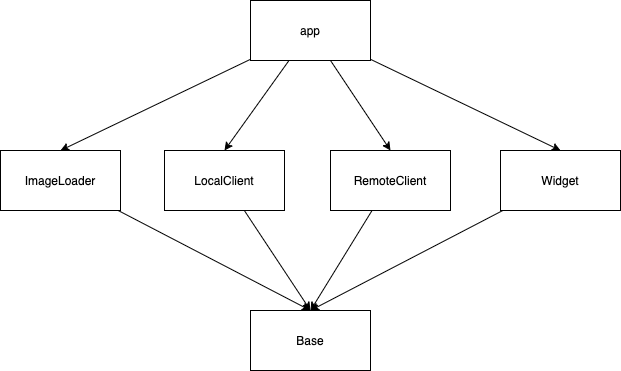
Earlier version of the draw.io export sample-currency-list-module-structure.drawio.png (KevinJ1008/sample-search-image). Source tidied: cells renumbered, new cells last; positions are measured from the earlier drawing's top-left corner, leaving out a move shared by most shapes.
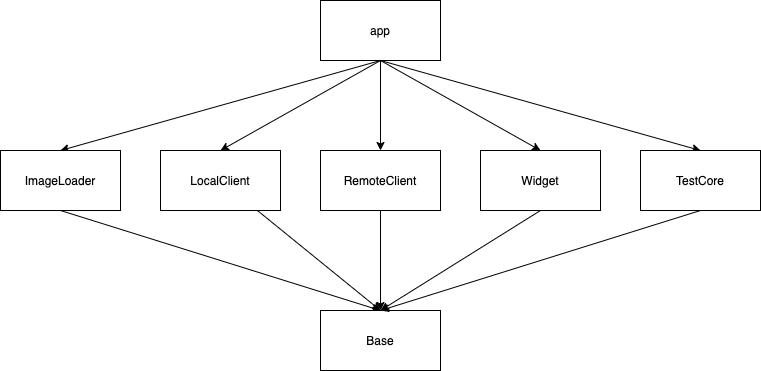
Above is the later version.

Commit message:
Add: Update module structure image

- As title

WBJ

The edit, as a diff of the source:
```diff
@@ -2,47 +2,56 @@
   <root>
     <mxCell id="0" />
     <mxCell id="1" parent="0" />
-    <mxCell id="2" style="rounded=0;jettySize=auto;html=1;entryX=0.5;entryY=0;entryDx=0;entryDy=0;" parent="1" edge="1" source="6" target="8">
+    <mxCell id="2" style="rounded=0;jettySize=auto;html=1;entryX=0.5;entryY=0;entryDx=0;entryDy=0;exitX=0.5;exitY=1;exitDx=0;exitDy=0;" parent="1" edge="1" source="6" target="8">
       <mxGeometry relative="1" as="geometry" />
     </mxCell>
-    <mxCell id="3" style="rounded=0;jettySize=auto;html=1;entryX=0.5;entryY=0;entryDx=0;entryDy=0;" parent="1" edge="1" source="6" target="10">
+    <mxCell id="3" style="rounded=0;jettySize=auto;html=1;entryX=0.5;entryY=0;entryDx=0;entryDy=0;exitX=0.5;exitY=1;exitDx=0;exitDy=0;" parent="1" edge="1" source="6" target="10">
       <mxGeometry relative="1" as="geometry" />
     </mxCell>
-    <mxCell id="4" style="edgeStyle=none;rounded=0;jettySize=auto;html=1;entryX=0.5;entryY=0;entryDx=0;entryDy=0;" parent="1" edge="1" source="6" target="12">
+    <mxCell id="4" style="edgeStyle=none;rounded=0;jettySize=auto;html=1;entryX=0.5;entryY=0;entryDx=0;entryDy=0;exitX=0.5;exitY=1;exitDx=0;exitDy=0;" parent="1" edge="1" source="6" target="12">
       <mxGeometry relative="1" as="geometry" />
     </mxCell>
-    <mxCell id="5" style="edgeStyle=none;rounded=0;jettySize=auto;html=1;entryX=0.5;entryY=0;entryDx=0;entryDy=0;" parent="1" edge="1" source="6" target="14">
+    <mxCell id="5" style="edgeStyle=none;rounded=0;jettySize=auto;html=1;entryX=0.5;entryY=0;entryDx=0;entryDy=0;exitX=0.5;exitY=1;exitDx=0;exitDy=0;" parent="1" edge="1" source="6" target="14">
       <mxGeometry relative="1" as="geometry" />
     </mxCell>
+    <mxCell id="16" style="edgeStyle=none;rounded=0;jettySize=auto;html=1;entryX=0.5;entryY=0;entryDx=0;entryDy=0;exitX=0.5;exitY=1;exitDx=0;exitDy=0;" parent="1" edge="1" source="6" target="18">
+      <mxGeometry relative="1" as="geometry" />
+    </mxCell>
     <mxCell id="6" value="app" style="rounded=0;whiteSpace=wrap;html=1;" parent="1" vertex="1">
-      <mxGeometry x="250" width="120" height="60" as="geometry" />
+      <mxGeometry x="270" width="120" height="60" as="geometry" />
     </mxCell>
-    <mxCell id="7" style="edgeStyle=none;rounded=0;jettySize=auto;html=1;entryX=0.5;entryY=0;entryDx=0;entryDy=0;" parent="1" edge="1" source="8" target="15">
+    <mxCell id="7" style="edgeStyle=none;rounded=0;jettySize=auto;html=1;entryX=0.5;entryY=0;entryDx=0;entryDy=0;exitX=0.5;exitY=1;exitDx=0;exitDy=0;" parent="1" edge="1" source="8" target="15">
       <mxGeometry relative="1" as="geometry" />
     </mxCell>
     <mxCell id="8" value="ImageLoader" style="rounded=0;whiteSpace=wrap;html=1;" parent="1" vertex="1">
-      <mxGeometry y="150" width="120" height="60" as="geometry" />
+      <mxGeometry x="-50" y="150" width="120" height="60" as="geometry" />
     </mxCell>
     <mxCell id="9" style="edgeStyle=none;rounded=0;jettySize=auto;html=1;entryX=0.5;entryY=0;entryDx=0;entryDy=0;" parent="1" edge="1" source="10" target="15">
       <mxGeometry relative="1" as="geometry" />
     </mxCell>
     <mxCell id="10" value="LocalClient" style="rounded=0;whiteSpace=wrap;html=1;" parent="1" vertex="1">
-      <mxGeometry x="164" y="150" width="120" height="60" as="geometry" />
+      <mxGeometry x="110" y="150" width="120" height="60" as="geometry" />
     </mxCell>
     <mxCell id="11" style="edgeStyle=none;rounded=0;jettySize=auto;html=1;entryX=0.5;entryY=0;entryDx=0;entryDy=0;" parent="1" edge="1" source="12" target="15">
       <mxGeometry relative="1" as="geometry" />
     </mxCell>
     <mxCell id="12" value="RemoteClient" style="rounded=0;whiteSpace=wrap;html=1;" parent="1" vertex="1">
-      <mxGeometry x="330" y="150" width="120" height="60" as="geometry" />
+      <mxGeometry x="270" y="150" width="120" height="60" as="geometry" />
     </mxCell>
-    <mxCell id="13" style="edgeStyle=none;rounded=0;jettySize=auto;html=1;entryX=0.5;entryY=0;entryDx=0;entryDy=0;" parent="1" edge="1" source="14" target="15">
+    <mxCell id="13" style="edgeStyle=none;rounded=0;jettySize=auto;html=1;entryX=0.5;entryY=0;entryDx=0;entryDy=0;exitX=0.5;exitY=1;exitDx=0;exitDy=0;" parent="1" edge="1" source="14" target="15">
       <mxGeometry relative="1" as="geometry" />
     </mxCell>
     <mxCell id="14" value="Widget" style="rounded=0;whiteSpace=wrap;html=1;" parent="1" vertex="1">
-      <mxGeometry x="500" y="150" width="120" height="60" as="geometry" />
+      <mxGeometry x="430" y="150" width="120" height="60" as="geometry" />
     </mxCell>
     <mxCell id="15" value="Base" style="rounded=0;whiteSpace=wrap;html=1;" parent="1" vertex="1">
-      <mxGeometry x="250" y="310" width="120" height="60" as="geometry" />
+      <mxGeometry x="270" y="310" width="120" height="60" as="geometry" />
     </mxCell>
+    <mxCell id="17" style="edgeStyle=none;rounded=0;jettySize=auto;html=1;entryX=0.5;entryY=0;entryDx=0;entryDy=0;exitX=0.5;exitY=1;exitDx=0;exitDy=0;" parent="1" edge="1" source="18" target="15">
+      <mxGeometry relative="1" as="geometry" />
+    </mxCell>
+    <mxCell id="18" value="TestCore" style="rounded=0;whiteSpace=wrap;html=1;" parent="1" vertex="1">
+      <mxGeometry x="590" y="150" width="120" height="60" as="geometry" />
+    </mxCell>
   </root>
 </mxGraphModel>
```
